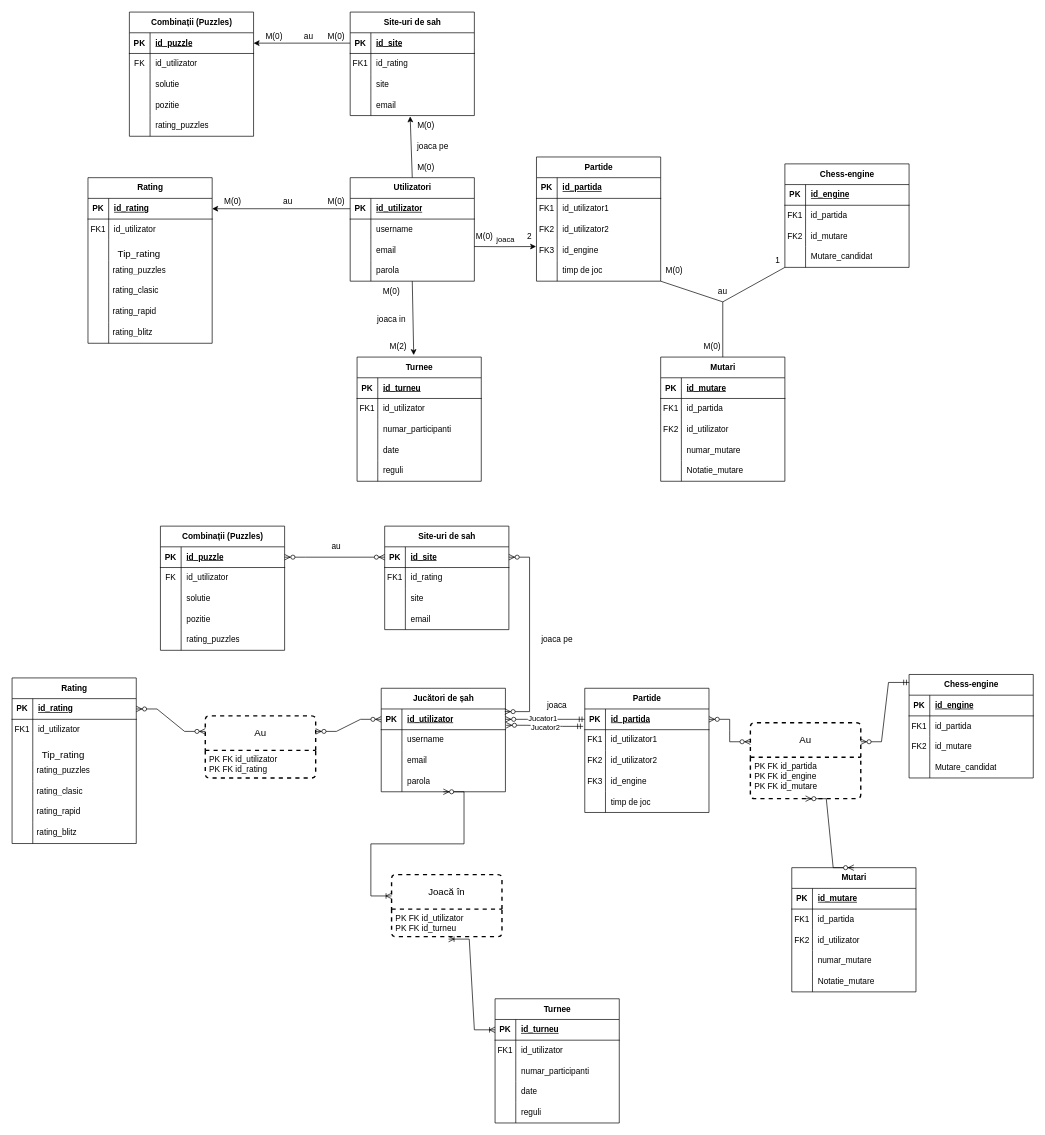
The draw.io diagram Anul1/Semestrul 2/BD/proiect/Sah.drawio in CiprianVlad/facultate, before the edit. Source tidied: cells renumbered, new cells numbered last; positions are measured from the earlier drawing's top-left corner, leaving out a move shared by most shapes. Both pictures are drawn from the tidied source at 69%, with x=0, y=0 at pixel (12, 12).
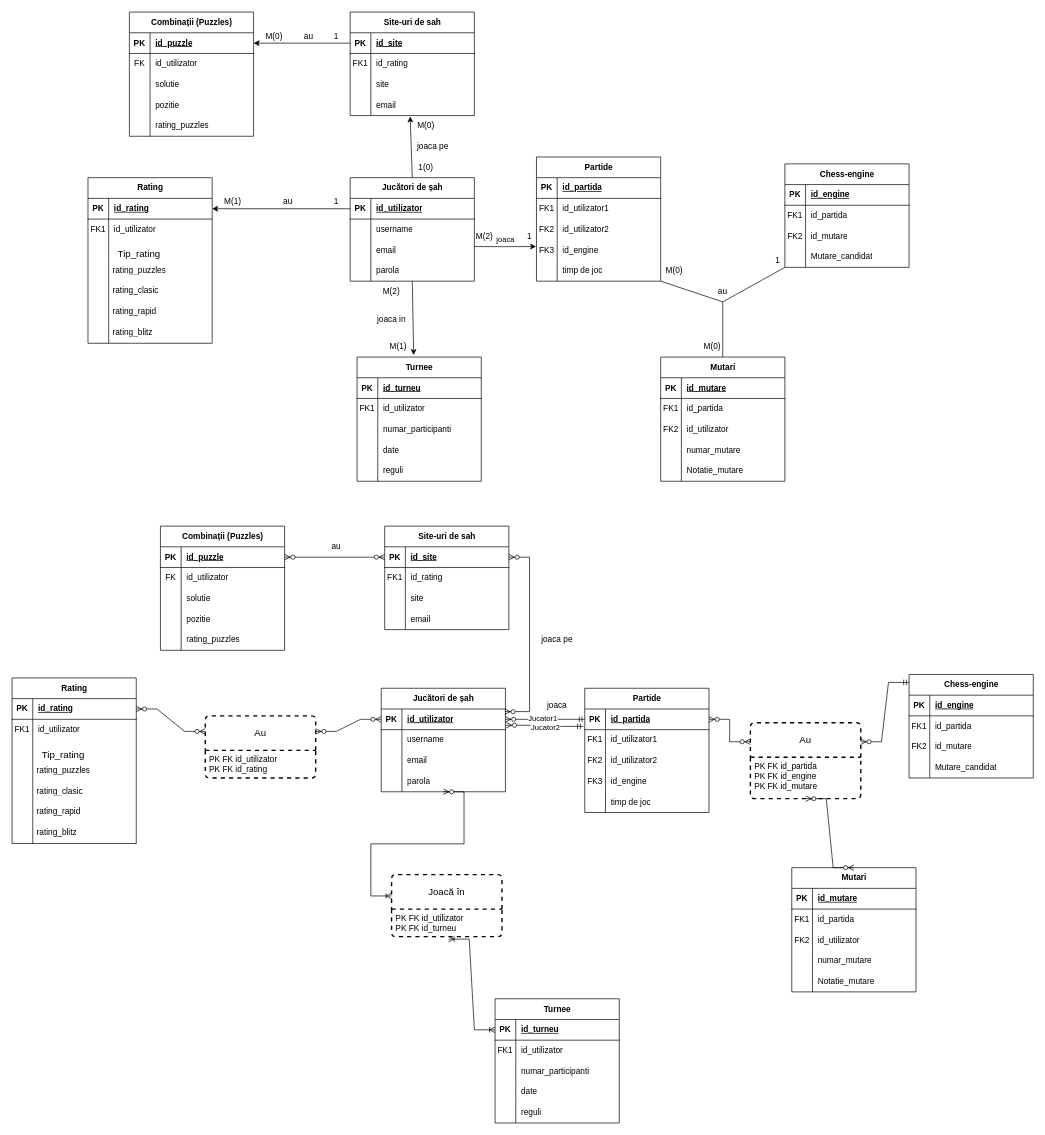
After the change.

Diff of the diagram source:
```diff
@@
-    <mxCell id="2" value="Utilizatori" style="shape=table;startSize=30;childLayout=tableLayout;rowLines=0;fontStyle=1;align=center;html=1;" parent="1" vertex="1">
+    <mxCell id="2" value="Jucători de șah" style="shape=table;startSize=30;childLayout=tableLayout;rowLines=0;fontStyle=1;align=center;html=1;" parent="1" vertex="1">
       <mxGeometry x="490" y="240" width="180" height="150" as="geometry" />
     </mxCell>
@@
-    <mxCell id="133" value="M(0)" style="text;html=1;align=center;verticalAlign=middle;whiteSpace=wrap;rounded=0;" parent="1" vertex="1">
+    <mxCell id="133" value="M(2)" style="text;html=1;align=center;verticalAlign=middle;whiteSpace=wrap;rounded=0;" parent="1" vertex="1">
       <mxGeometry x="660" y="310" width="50" height="30" as="geometry" />
     </mxCell>
-    <mxCell id="134" value="2" style="text;html=1;align=center;verticalAlign=middle;whiteSpace=wrap;rounded=0;" parent="1" vertex="1">
+    <mxCell id="134" value="1" style="text;html=1;align=center;verticalAlign=middle;whiteSpace=wrap;rounded=0;" parent="1" vertex="1">
       <mxGeometry x="720" y="310" width="60" height="30" as="geometry" />
     </mxCell>
-    <mxCell id="135" value="&lt;div&gt;M(0)&lt;/div&gt;" style="text;html=1;align=center;verticalAlign=middle;whiteSpace=wrap;rounded=0;" parent="1" vertex="1">
+    <mxCell id="135" value="&lt;div&gt;M(2)&lt;/div&gt;" style="text;html=1;align=center;verticalAlign=middle;whiteSpace=wrap;rounded=0;" parent="1" vertex="1">
       <mxGeometry x="520" y="390" width="60" height="30" as="geometry" />
     </mxCell>
-    <mxCell id="136" value="&lt;div&gt;M(2)&lt;/div&gt;" style="text;html=1;align=center;verticalAlign=middle;whiteSpace=wrap;rounded=0;" parent="1" vertex="1">
+    <mxCell id="136" value="&lt;div&gt;M(1)&lt;/div&gt;" style="text;html=1;align=center;verticalAlign=middle;whiteSpace=wrap;rounded=0;" parent="1" vertex="1">
       <mxGeometry x="530" y="470" width="60" height="30" as="geometry" />
     </mxCell>
@@
-    <mxCell id="142" value="M(0)" style="text;html=1;align=center;verticalAlign=middle;whiteSpace=wrap;rounded=0;" parent="1" vertex="1">
+    <mxCell id="142" value="1" style="text;html=1;align=center;verticalAlign=middle;whiteSpace=wrap;rounded=0;" parent="1" vertex="1">
       <mxGeometry x="440" y="260" width="60" height="30" as="geometry" />
     </mxCell>
-    <mxCell id="143" value="&lt;div&gt;M(0)&lt;/div&gt;" style="text;html=1;align=center;verticalAlign=middle;whiteSpace=wrap;rounded=0;" parent="1" vertex="1">
+    <mxCell id="143" value="&lt;div&gt;M(1)&lt;/div&gt;" style="text;html=1;align=center;verticalAlign=middle;whiteSpace=wrap;rounded=0;" parent="1" vertex="1">
       <mxGeometry x="290" y="260" width="60" height="30" as="geometry" />
     </mxCell>
@@
-    <mxCell id="146" value="&lt;div&gt;M(0)&lt;/div&gt;" style="text;html=1;align=center;verticalAlign=middle;whiteSpace=wrap;rounded=0;" parent="1" vertex="1">
+    <mxCell id="146" value="1(0)" style="text;html=1;align=center;verticalAlign=middle;whiteSpace=wrap;rounded=0;" parent="1" vertex="1">
       <mxGeometry x="570" y="210" width="60" height="30" as="geometry" />
     </mxCell>
@@
-    <mxCell id="148" value="&lt;div&gt;M(0)&lt;/div&gt;" style="text;html=1;align=center;verticalAlign=middle;whiteSpace=wrap;rounded=0;" parent="1" vertex="1">
+    <mxCell id="148" value="1" style="text;html=1;align=center;verticalAlign=middle;whiteSpace=wrap;rounded=0;" parent="1" vertex="1">
       <mxGeometry x="440" y="20" width="60" height="30" as="geometry" />
     </mxCell>
```
